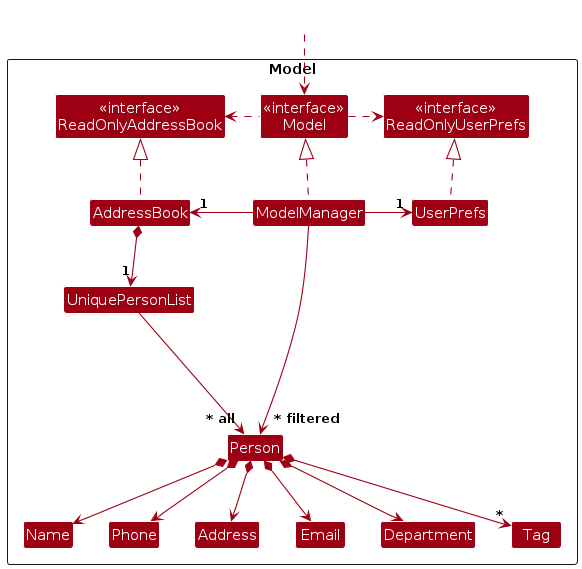
Before: diagrams/ModelClassDiagram.png, a diagram exported from PlantUML (AY2324S2-CS2103T-T14-1/tp). Its source is kept beside it as diagrams/ModelClassDiagram.puml. The source it was exported from:
```plantuml
@startuml
!include style.puml
skinparam arrowThickness 1.1
skinparam arrowColor MODEL_COLOR
skinparam classBackgroundColor MODEL_COLOR

Package Model as ModelPackage <<Rectangle>>{
Class "<<interface>>\nReadOnlyAddressBook" as ReadOnlyAddressBook
Class "<<interface>>\nReadOnlyUserPrefs" as ReadOnlyUserPrefs
Class "<<interface>>\nModel" as Model
Class AddressBook
Class ModelManager
Class UserPrefs

Class UniquePersonList
Class Person
Class Address
Class Email
Class Name
Class Phone
Class Department
Class Tag

Class I #FFFFFF
}

Class HiddenOutside #FFFFFF
HiddenOutside ..> Model

AddressBook .up.|> ReadOnlyAddressBook

ModelManager .up.|> Model
Model .right.> ReadOnlyUserPrefs
Model .left.> ReadOnlyAddressBook
ModelManager -left-> "1" AddressBook
ModelManager -right-> "1" UserPrefs
UserPrefs .up.|> ReadOnlyUserPrefs

AddressBook *--> "1" UniquePersonList
UniquePersonList --> "~* all" Person
Person *--> Name
Person *--> Phone
Person *--> Email
Person *--> Address
Person *--> Department
Person *--> "*" Tag

Person -[hidden]up--> I
UniquePersonList -[hidden]right-> I

Name -[hidden]right-> Phone
Phone -[hidden]right-> Address
Address -[hidden]right-> Email
Email -[hidden]right-> Department

ModelManager --> "~* filtered" Person
@enduml
```
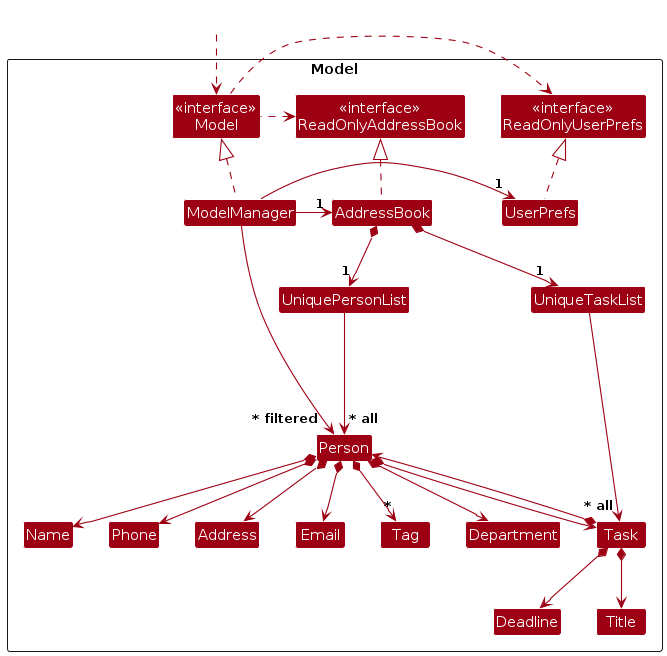
Later version of the same file.

Diff of the diagram source:
```diff
@@ -20,6 +20,11 @@
 Class Phone
 Class Department
 Class Tag
+
+Class UniqueTaskList
+Class Task
+Class Deadline
+Class Title
 
 Class I #FFFFFF
 }
@@ -44,6 +49,16 @@
 Person *--> Address
 Person *--> Department
 Person *--> "*" Tag
+Person *--> Task
+
+AddressBook *--> "1" UniqueTaskList
+UniqueTaskList --> "~* all" Task
+Task *--> Title
+Task *--> Deadline
+Task *--> Person
+
+Task -[hidden]up--> I
+UniqueTaskList -[hidden]right-> I
 
 Person -[hidden]up--> I
 UniquePersonList -[hidden]right-> I
@@ -52,6 +67,7 @@
 Phone -[hidden]right-> Address
 Address -[hidden]right-> Email
 Email -[hidden]right-> Department
+Phone -[hidden]right-> Task
 
 ModelManager --> "~* filtered" Person
 @enduml
```
